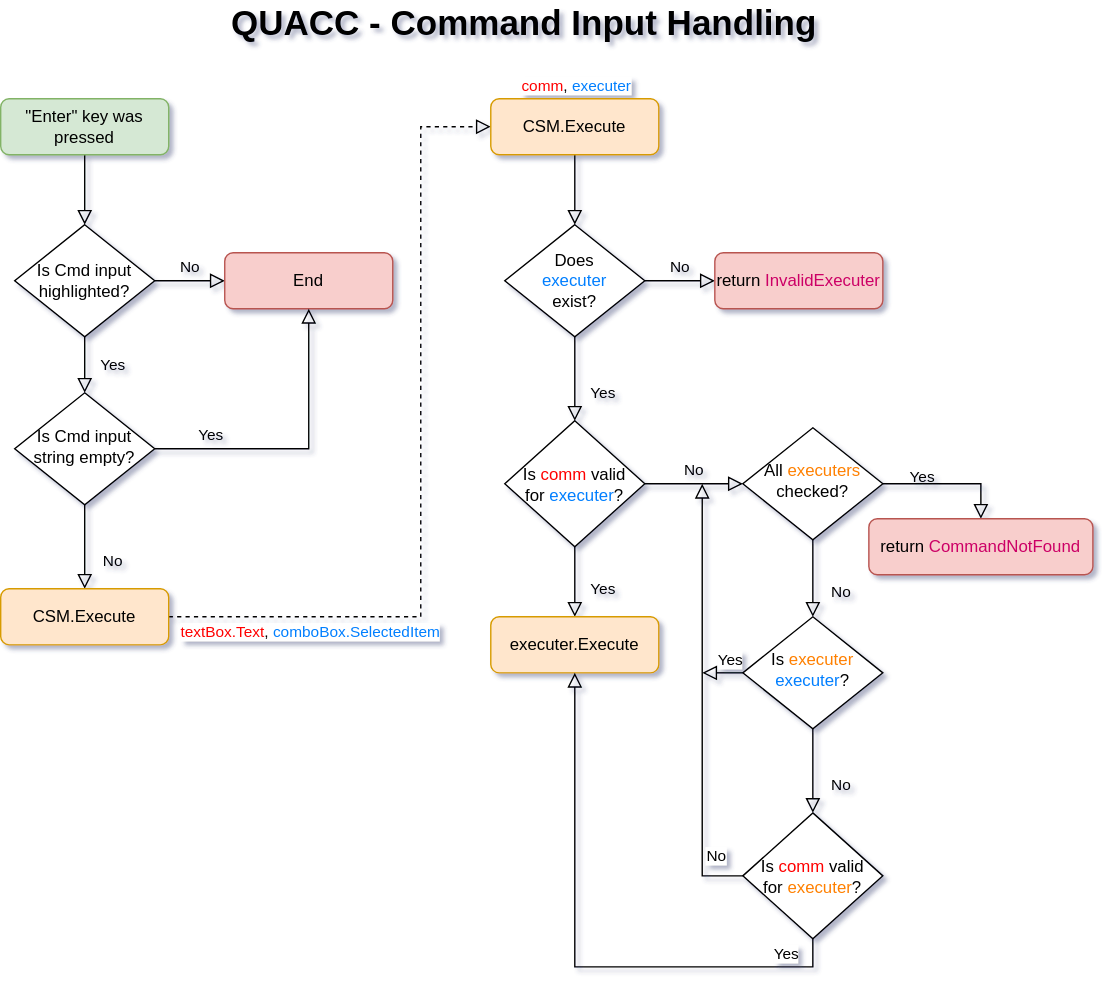
The draw.io diagram wiki/imgs/quacc_cmd_accept_diagram.drawio.svg in jielien/oop_quacc_wpf, before a commit. Source tidied: cells renumbered, new cells last; positions are measured from the earlier drawing's top-left corner, leaving out a move shared by most shapes.
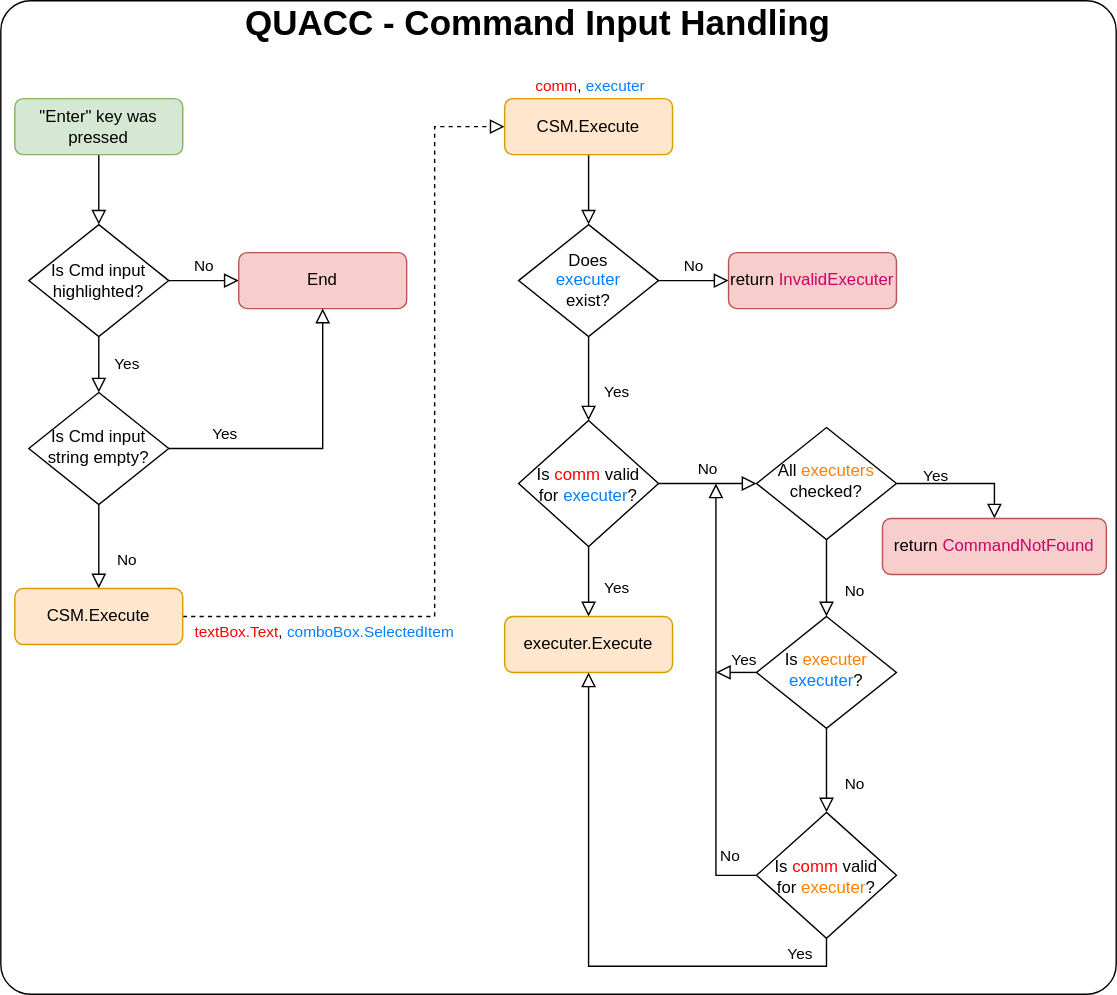
The same diagram one commit later.

What changed in the source:
```diff
@@ -2,6 +2,9 @@
   <root>
     <mxCell id="0" />
     <mxCell id="1" parent="0" />
+    <mxCell id="39" style="rounded=1;whiteSpace=wrap;html=1;perimeterSpacing=0;arcSize=3;" parent="1" vertex="1">
+      <mxGeometry x="-10" width="797" height="710" as="geometry" />
+    </mxCell>
     <mxCell id="2" style="rounded=0;html=1;jettySize=auto;fontSize=11;endArrow=block;endFill=0;endSize=8;strokeWidth=1;shadow=0;labelBackgroundColor=none;edgeStyle=orthogonalEdgeStyle;" parent="1" edge="1" source="3" target="6">
       <mxGeometry relative="1" as="geometry" />
     </mxCell>
```
